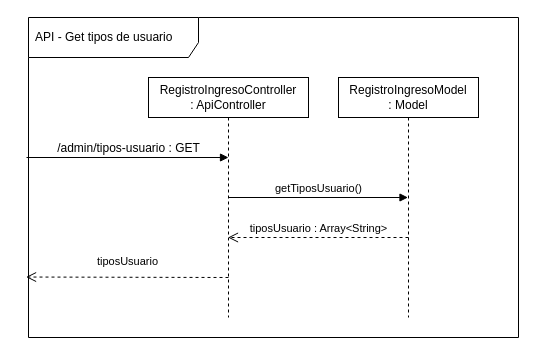
Evynith/Entregable-Metodologias keeps this draw.io diagram as page "admin_tipos-usuario_get" (3 of 9) of Artefactos/Diagramas/diagrama-clases.drawio. Above is the earlier version. Source tidied: cells renumbered, new cells numbered last; positions are measured from the earlier drawing's top-left corner, leaving out a move shared by most shapes. Both pictures are drawn from the tidied source at 100%, with x=0, y=0 at pixel (26, 17).
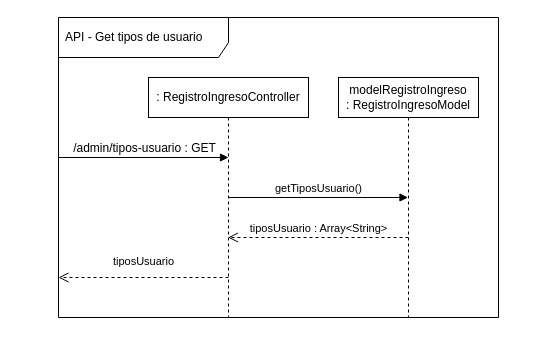
After the change.

The edit, as a diff of the source:
```diff
@@
 <mxGraphModel>
   <root>
     <mxCell id="0" />
     <mxCell id="1" parent="0" />
     <mxCell id="2" value="API - Get tipos de usuario" style="shape=umlFrame;whiteSpace=wrap;html=1;width=170;height=40;boundedLbl=1;verticalAlign=middle;align=left;spacingLeft=5;" parent="1" vertex="1">
-      <mxGeometry x="2" width="490" height="320" as="geometry" />
+      <mxGeometry x="32" width="440" height="300" as="geometry" />
     </mxCell>
-    <mxCell id="3" value="RegistroIngresoController &lt;br&gt;: ApiController" style="shape=umlLifeline;perimeter=lifelinePerimeter;whiteSpace=wrap;html=1;outlineConnect=0;" parent="1" vertex="1">
+    <mxCell id="3" value=": RegistroIngresoController" style="shape=umlLifeline;perimeter=lifelinePerimeter;whiteSpace=wrap;html=1;outlineConnect=0;" parent="1" vertex="1">
       <mxGeometry x="122" y="60" width="160" height="240" as="geometry" />
     </mxCell>
-    <mxCell id="4" value="RegistroIngresoModel&lt;br&gt;: Model" style="shape=umlLifeline;perimeter=lifelinePerimeter;whiteSpace=wrap;html=1;outlineConnect=0;" parent="1" vertex="1">
+    <mxCell id="4" value="modelRegistroIngreso&lt;br&gt;: RegistroIngresoModel" style="shape=umlLifeline;perimeter=lifelinePerimeter;whiteSpace=wrap;html=1;outlineConnect=0;" parent="1" vertex="1">
       <mxGeometry x="312" y="60" width="140" height="240" as="geometry" />
     </mxCell>
     <mxCell id="5" value="&lt;span style=&quot;font-family: &amp;#34;helvetica&amp;#34; ; font-size: 12px ; text-align: left&quot;&gt;/admin/tipos-usuario : GET&lt;/span&gt;" style="html=1;verticalAlign=bottom;endArrow=block;" parent="1" edge="1">
       <mxGeometry x="0.01" relative="1" as="geometry">
-        <mxPoint y="140" as="sourcePoint" />
+        <mxPoint x="32" y="140" as="sourcePoint" />
         <mxPoint x="202" y="140" as="targetPoint" />
       </mxGeometry>
     </mxCell>
     <mxCell id="6" value="getTiposUsuario()" style="html=1;verticalAlign=bottom;endArrow=block;" parent="1" edge="1" target="4">
       <mxGeometry relative="1" as="geometry">
         <mxPoint x="202" y="180" as="sourcePoint" />
       </mxGeometry>
     </mxCell>
     <mxCell id="7" value="tiposUsuario : Array&amp;lt;String&amp;gt;" style="html=1;verticalAlign=bottom;endArrow=open;dashed=1;endSize=8;" parent="1" edge="1" target="3">
       <mxGeometry relative="1" as="geometry">
         <mxPoint x="382" y="220" as="sourcePoint" />
       </mxGeometry>
     </mxCell>
-    <mxCell id="8" value="tiposUsuario" style="html=1;verticalAlign=bottom;endArrow=open;dashed=1;endSize=8;entryX=-0.005;entryY=0.811;entryDx=0;entryDy=0;entryPerimeter=0;" parent="1" edge="1" target="2">
+    <mxCell id="8" value="tiposUsuario" style="html=1;verticalAlign=bottom;endArrow=open;dashed=1;endSize=8;" parent="1" edge="1">
       <mxGeometry y="-7" relative="1" as="geometry">
         <mxPoint x="202" y="260" as="sourcePoint" />
+        <mxPoint x="32" y="260" as="targetPoint" />
       </mxGeometry>
     </mxCell>
   </root>
 </mxGraphModel>
```
